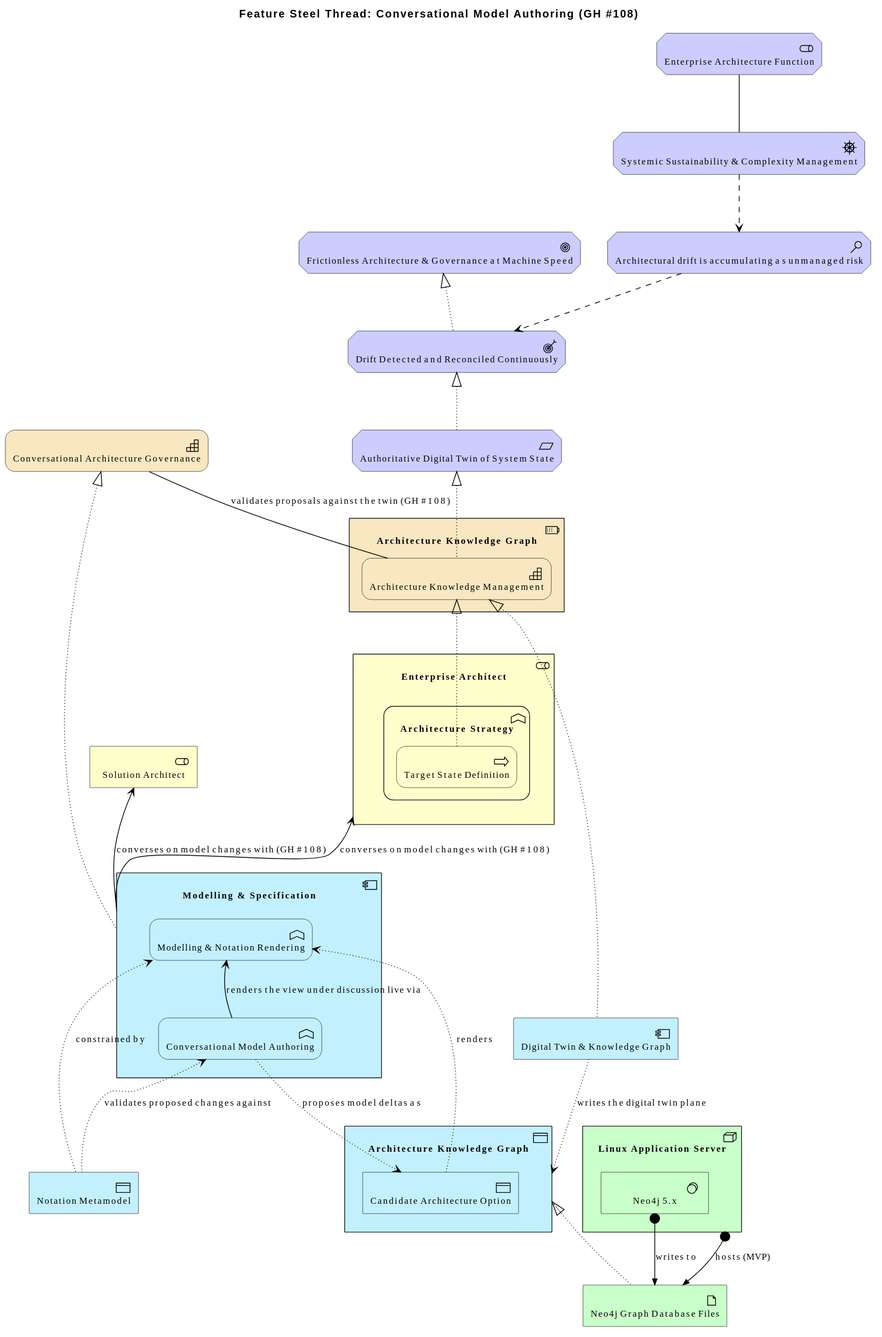
This is architecture/model/diagrams/layered/fn-conversational-authoring.svg from wolffy-au/frictionless-architect, a PlantUML export, as it was before one commit.
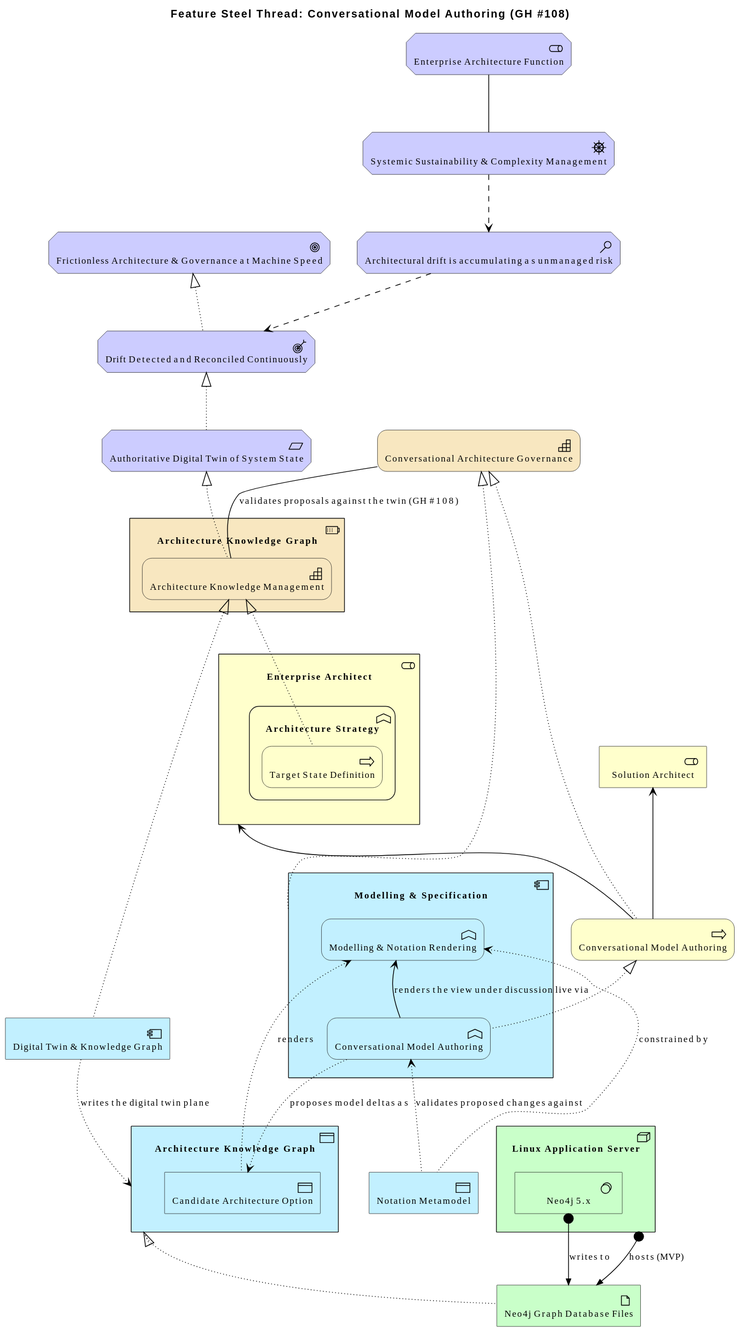
The same diagram one commit later.

Diff of the diagram source:
```diff
@@ -13,6 +13,7 @@
 Strategy_Resource(e_id079f659ad9ac5c, "Architecture Knowledge Graph") {
   Strategy_Capability(e_id18ec07397a9d5f, "Architecture Knowledge Management")
 }
+Business_Process(e_id5959dd7c3bbe59, "Conversational Model Authoring")
 Application_Component(e_id3da203d482f955, "Digital Twin & Knowledge Graph")
 Application_Component(e_id82f04fecbdd85e, "Modelling & Specification") {
   Application_Function(e_id3a42c87ebb235a, "Modelling & Notation Rendering")
@@ -41,16 +42,18 @@
 Rel_Realization_Up(e_id945f98ac87fe5d, e_id79b6a1e545325d, "")
 Rel_Association(e_id6c60f4feb89058, e_id18ec07397a9d5f, "validates proposals against the twin (GH #108)")
 Rel_Realization_Up(e_id395c9c2923aa56, e_id18ec07397a9d5f, "")
+Rel_Realization_Up(e_id5959dd7c3bbe59, e_id6c60f4feb89058, "")
 Rel_Realization_Up(e_id3da203d482f955, e_id18ec07397a9d5f, "")
 Rel_Realization_Up(e_id82f04fecbdd85e, e_id6c60f4feb89058, "")
-Rel_Serving_Up(e_id82f04fecbdd85e, e_id2b5394f913985a, "converses on model changes with (GH #108)")
-Rel_Serving_Up(e_id82f04fecbdd85e, e_ide2cb7f3efa6256, "converses on model changes with (GH #108)")
 Rel_Access_w(e_id3da203d482f955, e_id989d401ffdae55, "writes the digital twin plane")
 Rel_Access_r(e_id3a42c87ebb235a, e_idd52b11acc8ff53, "constrained by")
 Rel_Access_r(e_id3a42c87ebb235a, e_ide500d303f47455, "renders")
 Rel_Access_r(e_id7cc5a30769435c, e_idd52b11acc8ff53, "validates proposed changes against")
 Rel_Access_w(e_id7cc5a30769435c, e_ide500d303f47455, "proposes model deltas as")
 Rel_Serving_Up(e_id7cc5a30769435c, e_id3a42c87ebb235a, "renders the view under discussion live via")
+Rel_Realization_Up(e_id7cc5a30769435c, e_id5959dd7c3bbe59, "")
+Rel_Serving_Up(e_id5959dd7c3bbe59, e_id2b5394f913985a, "")
+Rel_Serving_Up(e_id5959dd7c3bbe59, e_ide2cb7f3efa6256, "")
 Rel_Assignment(e_id87c8b07cea4751, e_id420f57c4d41e52, "hosts (MVP)")
 Rel_Assignment(e_id625e631f1f715e, e_id420f57c4d41e52, "writes to")
 Rel_Realization_Up(e_id420f57c4d41e52, e_id989d401ffdae55, "")
```
